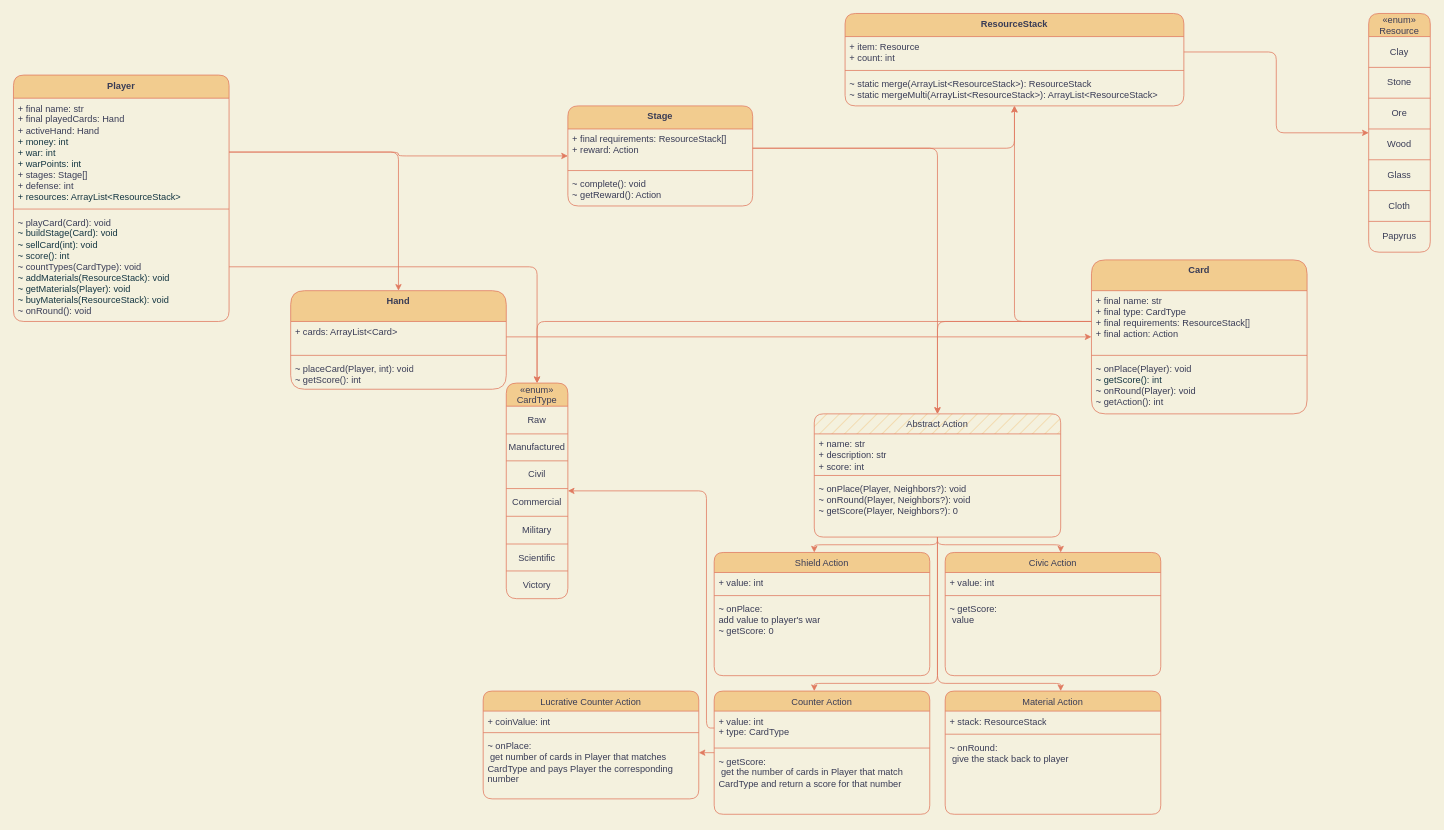
Above: Untitled Diagram.drawio in zeptofine/diagrams (draw.io), before the change. Source tidied: cells renumbered, new cells numbered last; positions are measured from the earlier drawing's top-left corner, leaving out a move shared by most shapes. Both pictures are drawn from the tidied source at 77%, with x=0, y=0 at pixel (13, 13).
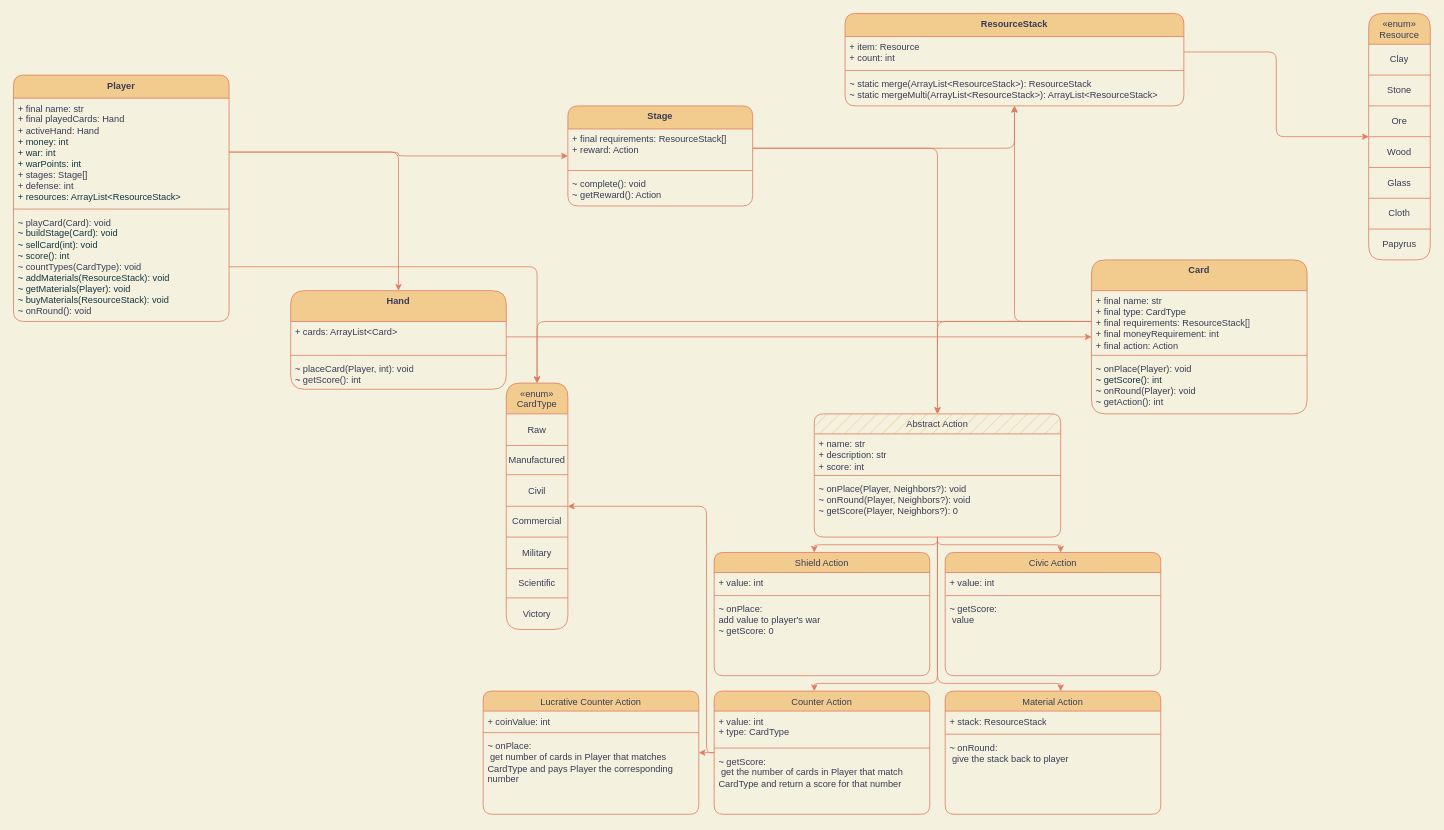
Above is the later version.

The change refers to these unchanged cells:
```xml
<mxCell id="37" value="Card" style="swimlane;fontStyle=1;align=center;verticalAlign=top;horizontal=1;startSize=40;whiteSpace=wrap;html=1;perimeterSpacing=0;glass=0;shadow=0;direction=east;labelBackgroundColor=none;fillColor=#F2CC8F;strokeColor=#E07A5F;fontColor=#393C56;rounded=1;" parent="1" vertex="1">
  <mxGeometry x="1400" y="320" width="280" height="200" as="geometry" />
</mxCell>
<mxCell id="79" value="&lt;span style=&quot;font-weight: normal;&quot;&gt;Counter Action&lt;/span&gt;" style="swimlane;fontStyle=1;align=center;verticalAlign=top;horizontal=1;startSize=26;whiteSpace=wrap;html=1;labelBackgroundColor=none;fillColor=#F2CC8F;strokeColor=#E07A5F;fontColor=#393C56;rounded=1;fillStyle=auto;" parent="1" vertex="1">
  <mxGeometry x="910" y="880" width="280" height="160" as="geometry" />
</mxCell>
<mxCell id="80" value="+ value: int&lt;br&gt;+ type: CardType" style="text;strokeColor=none;fillColor=none;align=left;verticalAlign=top;spacingLeft=4;spacingRight=4;overflow=hidden;points=[[0,0.5],[1,0.5]];portConstraint=eastwest;whiteSpace=wrap;html=1;labelBackgroundColor=none;fontColor=#393C56;rounded=1;" parent="79" vertex="1">
  <mxGeometry y="26" width="280" height="44" as="geometry" />
</mxCell>
```

Diff of the diagram source:
```diff
@@
-    <mxCell id="6" value="«enum»&#10;Resource" style="shape=table;startSize=30;childLayout=tableLayout;labelBackgroundColor=none;fillColor=#F2CC8F;strokeColor=#E07A5F;fontColor=#393C56;rounded=1;" parent="1" vertex="1">
-      <mxGeometry x="1760" width="80" height="310" as="geometry" />
+    <mxCell id="6" value="«enum»&#10;Resource" style="shape=table;startSize=40;childLayout=tableLayout;labelBackgroundColor=none;fillColor=#F2CC8F;strokeColor=#E07A5F;fontColor=#393C56;rounded=1;" parent="1" vertex="1">
+      <mxGeometry x="1760" width="80" height="320" as="geometry" />
     </mxCell>
     <mxCell id="7" style="shape=tableRow;horizontal=0;startSize=0;swimlaneHead=0;swimlaneBody=0;top=0;left=0;bottom=0;right=0;fillColor=none;labelBackgroundColor=none;strokeColor=#E07A5F;fontColor=#393C56;rounded=1;" parent="6" vertex="1">
-      <mxGeometry y="30" width="80" height="40" as="geometry" />
+      <mxGeometry y="40" width="80" height="40" as="geometry" />
     </mxCell>
@@
     <mxCell id="9" style="shape=tableRow;horizontal=0;startSize=0;swimlaneHead=0;swimlaneBody=0;top=0;left=0;bottom=0;right=0;fillColor=none;labelBackgroundColor=none;strokeColor=#E07A5F;fontColor=#393C56;rounded=1;" parent="6" vertex="1">
-      <mxGeometry y="70" width="80" height="40" as="geometry" />
+      <mxGeometry y="80" width="80" height="40" as="geometry" />
     </mxCell>
@@
     <mxCell id="11" style="shape=tableRow;horizontal=0;startSize=0;swimlaneHead=0;swimlaneBody=0;top=0;left=0;bottom=0;right=0;fillColor=none;labelBackgroundColor=none;strokeColor=#E07A5F;fontColor=#393C56;rounded=1;" parent="6" vertex="1">
-      <mxGeometry y="110" width="80" height="40" as="geometry" />
+      <mxGeometry y="120" width="80" height="40" as="geometry" />
     </mxCell>
@@
     <mxCell id="13" style="shape=tableRow;horizontal=0;startSize=0;swimlaneHead=0;swimlaneBody=0;top=0;left=0;bottom=0;right=0;fillColor=none;labelBackgroundColor=none;strokeColor=#E07A5F;fontColor=#393C56;rounded=1;" parent="6" vertex="1">
-      <mxGeometry y="150" width="80" height="40" as="geometry" />
+      <mxGeometry y="160" width="80" height="40" as="geometry" />
     </mxCell>
@@
     <mxCell id="15" style="shape=tableRow;horizontal=0;startSize=0;swimlaneHead=0;swimlaneBody=0;top=0;left=0;bottom=0;right=0;fillColor=none;labelBackgroundColor=none;strokeColor=#E07A5F;fontColor=#393C56;rounded=1;" parent="6" vertex="1">
-      <mxGeometry y="190" width="80" height="40" as="geometry" />
+      <mxGeometry y="200" width="80" height="40" as="geometry" />
     </mxCell>
@@
     <mxCell id="17" style="shape=tableRow;horizontal=0;startSize=0;swimlaneHead=0;swimlaneBody=0;top=0;left=0;bottom=0;right=0;fillColor=none;labelBackgroundColor=none;strokeColor=#E07A5F;fontColor=#393C56;rounded=1;" parent="6" vertex="1">
-      <mxGeometry y="230" width="80" height="40" as="geometry" />
+      <mxGeometry y="240" width="80" height="40" as="geometry" />
     </mxCell>
@@
     <mxCell id="19" style="shape=tableRow;horizontal=0;startSize=0;swimlaneHead=0;swimlaneBody=0;top=0;left=0;bottom=0;right=0;fillColor=none;labelBackgroundColor=none;strokeColor=#E07A5F;fontColor=#393C56;rounded=1;" parent="6" vertex="1">
-      <mxGeometry y="270" width="80" height="40" as="geometry" />
+      <mxGeometry y="280" width="80" height="40" as="geometry" />
     </mxCell>
@@
-    <mxCell id="22" value="«enum»&#10;CardType" style="shape=table;startSize=30;childLayout=tableLayout;labelBackgroundColor=none;fillColor=#F2CC8F;strokeColor=#E07A5F;fontColor=#393C56;rounded=1;" parent="1" vertex="1">
-      <mxGeometry x="640" y="480" width="80" height="280" as="geometry" />
+    <mxCell id="22" value="«enum»&#10;CardType" style="shape=table;startSize=40;childLayout=tableLayout;labelBackgroundColor=none;fillColor=#F2CC8F;strokeColor=#E07A5F;fontColor=#393C56;rounded=1;" parent="1" vertex="1">
+      <mxGeometry x="640" y="480" width="80" height="320" as="geometry" />
     </mxCell>
     <mxCell id="23" style="shape=tableRow;horizontal=0;startSize=0;swimlaneHead=0;swimlaneBody=0;top=0;left=0;bottom=0;right=0;fillColor=none;labelBackgroundColor=none;strokeColor=#E07A5F;fontColor=#393C56;rounded=1;" parent="22" vertex="1">
-      <mxGeometry y="30" width="80" height="36" as="geometry" />
+      <mxGeometry y="40" width="80" height="41" as="geometry" />
     </mxCell>
     <mxCell id="24" value="Raw" style="shape=partialRectangle;html=1;whiteSpace=wrap;overflow=hidden;fillColor=none;top=0;left=0;bottom=0;right=0;labelBackgroundColor=none;strokeColor=#E07A5F;fontColor=#393C56;rounded=1;" parent="23" vertex="1">
-      <mxGeometry width="80" height="36" as="geometry" />
+      <mxGeometry width="80" height="41" as="geometry" />
     </mxCell>
     <mxCell id="25" style="shape=tableRow;horizontal=0;startSize=0;swimlaneHead=0;swimlaneBody=0;top=0;left=0;bottom=0;right=0;fillColor=none;labelBackgroundColor=none;strokeColor=#E07A5F;fontColor=#393C56;rounded=1;" parent="22" vertex="1">
-      <mxGeometry y="66" width="80" height="35" as="geometry" />
+      <mxGeometry y="81" width="80" height="38" as="geometry" />
     </mxCell>
     <mxCell id="26" value="Manufactured" style="shape=partialRectangle;html=1;whiteSpace=wrap;overflow=hidden;fillColor=none;top=0;left=0;bottom=0;right=0;labelBackgroundColor=none;strokeColor=#E07A5F;fontColor=#393C56;rounded=1;" parent="25" vertex="1">
-      <mxGeometry width="80" height="35" as="geometry" />
+      <mxGeometry width="80" height="38" as="geometry" />
     </mxCell>
     <mxCell id="27" style="shape=tableRow;horizontal=0;startSize=0;swimlaneHead=0;swimlaneBody=0;top=0;left=0;bottom=0;right=0;fillColor=none;labelBackgroundColor=none;strokeColor=#E07A5F;fontColor=#393C56;rounded=1;" parent="22" vertex="1">
-      <mxGeometry y="101" width="80" height="36" as="geometry" />
+      <mxGeometry y="119" width="80" height="41" as="geometry" />
     </mxCell>
     <mxCell id="28" value="Civil" style="shape=partialRectangle;html=1;whiteSpace=wrap;overflow=hidden;fillColor=none;top=0;left=0;bottom=0;right=0;labelBackgroundColor=none;strokeColor=#E07A5F;fontColor=#393C56;rounded=1;" parent="27" vertex="1">
-      <mxGeometry width="80" height="36" as="geometry" />
+      <mxGeometry width="80" height="41" as="geometry" />
     </mxCell>
     <mxCell id="29" style="shape=tableRow;horizontal=0;startSize=0;swimlaneHead=0;swimlaneBody=0;top=0;left=0;bottom=0;right=0;fillColor=none;labelBackgroundColor=none;strokeColor=#E07A5F;fontColor=#393C56;rounded=1;" parent="22" vertex="1">
-      <mxGeometry y="137" width="80" height="36" as="geometry" />
+      <mxGeometry y="160" width="80" height="40" as="geometry" />
     </mxCell>
     <mxCell id="30" value="Commercial" style="shape=partialRectangle;html=1;whiteSpace=wrap;overflow=hidden;fillColor=none;top=0;left=0;bottom=0;right=0;labelBackgroundColor=none;strokeColor=#E07A5F;fontColor=#393C56;rounded=1;" parent="29" vertex="1">
-      <mxGeometry width="80" height="36" as="geometry" />
+      <mxGeometry width="80" height="40" as="geometry" />
     </mxCell>
     <mxCell id="31" style="shape=tableRow;horizontal=0;startSize=0;swimlaneHead=0;swimlaneBody=0;top=0;left=0;bottom=0;right=0;fillColor=none;labelBackgroundColor=none;strokeColor=#E07A5F;fontColor=#393C56;rounded=1;" parent="22" vertex="1">
-      <mxGeometry y="173" width="80" height="36" as="geometry" />
+      <mxGeometry y="200" width="80" height="41" as="geometry" />
     </mxCell>
     <mxCell id="32" value="Military&lt;br&gt;" style="shape=partialRectangle;html=1;whiteSpace=wrap;overflow=hidden;fillColor=none;top=0;left=0;bottom=0;right=0;labelBackgroundColor=none;strokeColor=#E07A5F;fontColor=#393C56;rounded=1;" parent="31" vertex="1">
-      <mxGeometry width="80" height="36" as="geometry" />
+      <mxGeometry width="80" height="41" as="geometry" />
     </mxCell>
     <mxCell id="33" style="shape=tableRow;horizontal=0;startSize=0;swimlaneHead=0;swimlaneBody=0;top=0;left=0;bottom=0;right=0;fillColor=none;labelBackgroundColor=none;strokeColor=#E07A5F;fontColor=#393C56;rounded=1;" parent="22" vertex="1">
-      <mxGeometry y="209" width="80" height="35" as="geometry" />
+      <mxGeometry y="241" width="80" height="38" as="geometry" />
     </mxCell>
     <mxCell id="34" value="Scientific" style="shape=partialRectangle;html=1;whiteSpace=wrap;overflow=hidden;fillColor=none;top=0;left=0;bottom=0;right=0;labelBackgroundColor=none;strokeColor=#E07A5F;fontColor=#393C56;rounded=1;" parent="33" vertex="1">
-      <mxGeometry width="80" height="35" as="geometry" />
+      <mxGeometry width="80" height="38" as="geometry" />
     </mxCell>
     <mxCell id="35" style="shape=tableRow;horizontal=0;startSize=0;swimlaneHead=0;swimlaneBody=0;top=0;left=0;bottom=0;right=0;fillColor=none;labelBackgroundColor=none;strokeColor=#E07A5F;fontColor=#393C56;rounded=1;" parent="22" vertex="1">
-      <mxGeometry y="244" width="80" height="36" as="geometry" />
+      <mxGeometry y="279" width="80" height="41" as="geometry" />
     </mxCell>
     <mxCell id="36" value="Victory" style="shape=partialRectangle;html=1;whiteSpace=wrap;overflow=hidden;fillColor=none;top=0;left=0;bottom=0;right=0;labelBackgroundColor=none;strokeColor=#E07A5F;fontColor=#393C56;rounded=1;" parent="35" vertex="1">
-      <mxGeometry width="80" height="36" as="geometry" />
+      <mxGeometry width="80" height="41" as="geometry" />
     </mxCell>
@@
-    <mxCell id="38" value="+ final name: str&lt;br&gt;+ final type: CardType&lt;br&gt;+ final requirements: ResourceStack[]&lt;br&gt;+ final action: Action" style="text;strokeColor=none;fillColor=none;align=left;verticalAlign=top;spacingLeft=4;spacingRight=4;overflow=hidden;points=[[0,0.5],[1,0.5]];portConstraint=eastwest;whiteSpace=wrap;html=1;labelBackgroundColor=none;fontColor=#393C56;rounded=1;" parent="37" vertex="1">
+    <mxCell id="38" value="+ final name: str&lt;br&gt;+ final type: CardType&lt;br&gt;+ final requirements: ResourceStack[]&lt;br&gt;+ final moneyRequirement: int&lt;br&gt;+ final action: Action" style="text;strokeColor=none;fillColor=none;align=left;verticalAlign=top;spacingLeft=4;spacingRight=4;overflow=hidden;points=[[0,0.5],[1,0.5]];portConstraint=eastwest;whiteSpace=wrap;html=1;labelBackgroundColor=none;fontColor=#393C56;rounded=1;" parent="37" vertex="1">
       <mxGeometry y="40" width="280" height="80" as="geometry" />
     </mxCell>
@@
+    <mxCell id="92" style="edgeStyle=orthogonalEdgeStyle;rounded=1;jettySize=auto;html=1;strokeColor=#E07A5F;fontColor=#393C56;fillColor=#F2CC8F;" parent="1" edge="1" source="79" target="22">
+      <mxGeometry relative="1" as="geometry">
+        <Array as="points">
+          <mxPoint x="900" y="960" />
+          <mxPoint x="900" y="640" />
+        </Array>
+      </mxGeometry>
+    </mxCell>
@@
-    <mxCell id="83" style="edgeStyle=orthogonalEdgeStyle;rounded=1;jettySize=auto;html=1;strokeColor=#E07A5F;fontColor=#393C56;fillColor=#F2CC8F;" parent="1" edge="1" source="80" target="22">
-      <mxGeometry relative="1" as="geometry">
-        <Array as="points">
-          <mxPoint x="900" y="928" />
-          <mxPoint x="900" y="620" />
-        </Array>
-      </mxGeometry>
-    </mxCell>
@@
     <mxCell id="88" value="&lt;span style=&quot;font-weight: normal;&quot;&gt;Lucrative Counter Action&lt;/span&gt;" style="swimlane;fontStyle=1;align=center;verticalAlign=top;horizontal=1;startSize=26;whiteSpace=wrap;html=1;labelBackgroundColor=none;fillColor=#F2CC8F;strokeColor=#E07A5F;fontColor=#393C56;rounded=1;fillStyle=auto;" parent="1" vertex="1">
-      <mxGeometry x="610" y="880" width="280" height="140" as="geometry" />
+      <mxGeometry x="610" y="880" width="280" height="160" as="geometry" />
     </mxCell>
@@
     <mxCell id="91" value="~ onPlace:&lt;br&gt;&lt;span style=&quot;white-space: pre;&quot;&gt; &lt;/span&gt;get number of cards in Player that matches CardType and pays Player the corresponding number" style="text;strokeColor=none;fillColor=none;align=left;verticalAlign=top;spacingLeft=4;spacingRight=4;overflow=hidden;whiteSpace=wrap;html=1;labelBackgroundColor=none;fontColor=#393C56;rounded=1;" parent="88" vertex="1">
-      <mxGeometry y="58" width="280" height="82" as="geometry" />
+      <mxGeometry y="58" width="280" height="102" as="geometry" />
     </mxCell>
```
